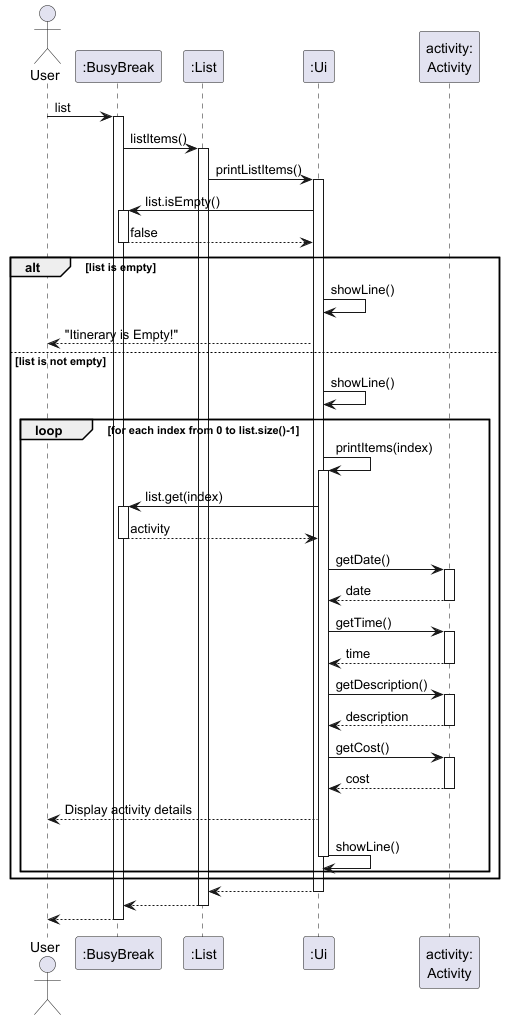
AY2526S1-CS2113-W13-4/tp keeps this PlantUML diagram as docs/diagrams/ListCommandSequenceDiagram.png. Above is the earlier version. The source it was exported from:
```plantuml
@startuml ListCommandSequenceDiagram

actor User
participant ":BusyBreak" as BusyBreak
participant ":List" as List
participant ":Ui" as Ui
participant "activity:\nActivity" as Activity

User -> BusyBreak: list
activate BusyBreak

BusyBreak -> List: listItems()
activate List

List -> Ui: printListItems()
activate Ui

Ui -> BusyBreak: list.isEmpty()
activate BusyBreak
BusyBreak --> Ui: false
deactivate BusyBreak

alt list is empty
    Ui -> Ui: showLine()
    Ui --> User: "Itinerary is Empty!"
else list is not empty
    Ui -> Ui: showLine()

    loop for each index from 0 to list.size()-1
        Ui -> Ui: printItems(index)
        activate Ui

        Ui -> BusyBreak: list.get(index)
        activate BusyBreak
        BusyBreak --> Ui: activity
        deactivate BusyBreak

        Ui -> Activity: getDate()
        activate Activity
        Activity --> Ui: date
        deactivate Activity

        Ui -> Activity: getTime()
        activate Activity
        Activity --> Ui: time
        deactivate Activity

        Ui -> Activity: getDescription()
        activate Activity
        Activity --> Ui: description
        deactivate Activity

        Ui -> Activity: getCost()
        activate Activity
        Activity --> Ui: cost
        deactivate Activity

        Ui --> User: Display activity details
        Ui -> Ui: showLine()

        deactivate Ui
    end
end

Ui --> List
deactivate Ui

List --> BusyBreak
deactivate List

BusyBreak --> User
deactivate BusyBreak

@enduml
```
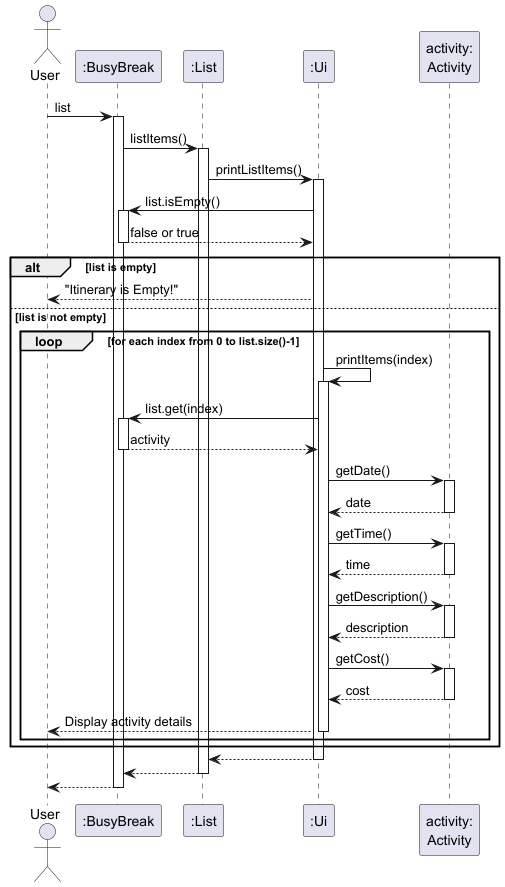
Later version of the same file.

Commit message:
fix sequence diagram issues

Diff of the diagram source:
```diff
@@ -17,14 +17,14 @@
 
 Ui -> BusyBreak: list.isEmpty()
 activate BusyBreak
-BusyBreak --> Ui: false
+BusyBreak --> Ui: false or true
 deactivate BusyBreak
 
 alt list is empty
-    Ui -> Ui: showLine()
+
     Ui --> User: "Itinerary is Empty!"
 else list is not empty
-    Ui -> Ui: showLine()
+
 
     loop for each index from 0 to list.size()-1
         Ui -> Ui: printItems(index)
@@ -56,7 +56,7 @@
         deactivate Activity
 
         Ui --> User: Display activity details
-        Ui -> Ui: showLine()
+
 
         deactivate Ui
     end
```
